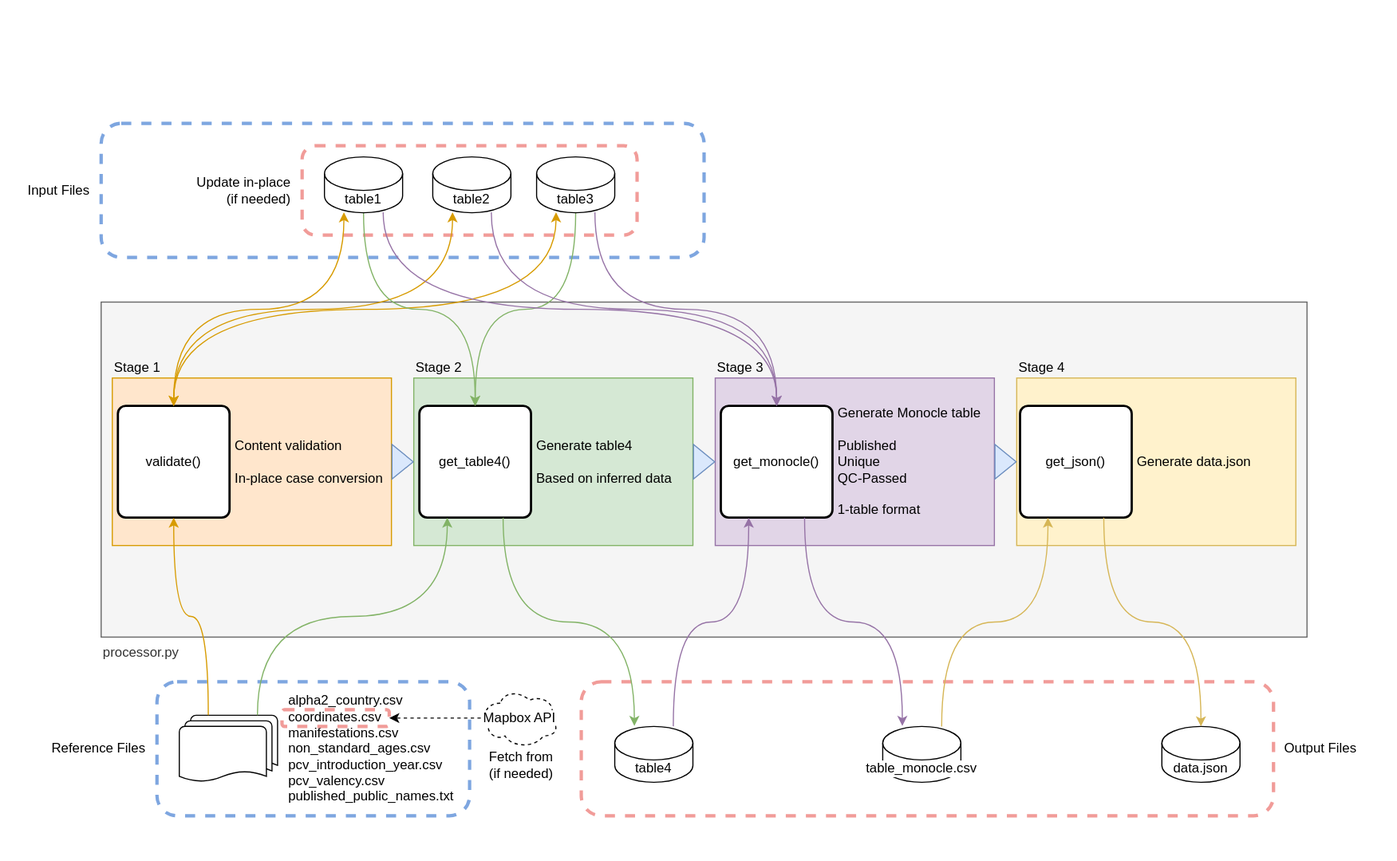
sanger-bentley-group/gps-database-processor keeps this draw.io diagram as doc/workflow.drawio.svg. Above is the earlier version. Source tidied: cells renumbered, new cells last; positions are measured from the earlier drawing's top-left corner, leaving out a move shared by most shapes.
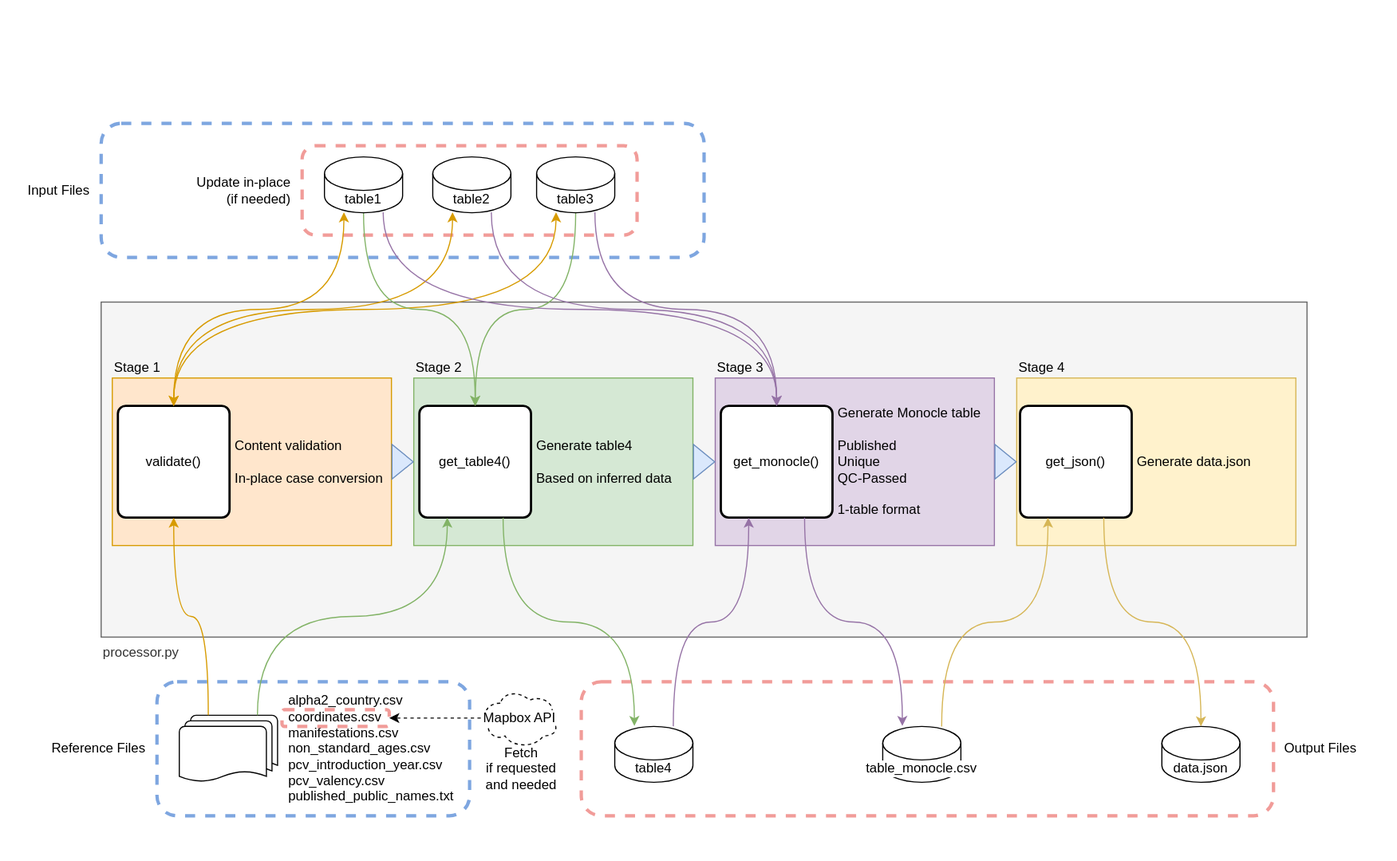
The same diagram one commit later.

Commit message:
Update to reflect usage of Mapbox API

Diff of the diagram source:
```diff
@@ -155,9 +155,9 @@
     <mxCell id="52" style="edgeStyle=none;html=1;targetPerimeterSpacing=16;entryX=1;entryY=0.5;entryDx=0;entryDy=0;dashed=1;" parent="1" edge="1" source="54" target="51">
       <mxGeometry relative="1" as="geometry" />
     </mxCell>
-    <mxCell id="53" value="&lt;span style=&quot;font-size: 12px ; text-align: right&quot;&gt;Fetch from&lt;/span&gt;&lt;br style=&quot;font-size: 12px ; text-align: right&quot;&gt;&lt;span style=&quot;font-size: 12px ; text-align: right&quot;&gt;(if needed)&lt;/span&gt;" style="edgeLabel;html=1;align=center;verticalAlign=bottom;labelPosition=center;verticalLabelPosition=top;labelBackgroundColor=default;" parent="52" vertex="1">
+    <mxCell id="53" value="&lt;span style=&quot;font-size: 12px ; text-align: right&quot;&gt;Fetch&lt;/span&gt;&lt;br style=&quot;font-size: 12px ; text-align: right&quot;&gt;&lt;span style=&quot;font-size: 12px ; text-align: right&quot;&gt;if&lt;/span&gt;&lt;span style=&quot;font-size: 12px; text-align: right;&quot;&gt;&amp;nbsp;requested &lt;br&gt;and&amp;nbsp;&lt;/span&gt;&lt;span style=&quot;font-size: 12px ; text-align: right&quot;&gt;needed&lt;br&gt;&lt;/span&gt;" style="edgeLabel;html=1;align=center;verticalAlign=bottom;labelPosition=center;verticalLabelPosition=top;labelBackgroundColor=default;" parent="52" vertex="1">
       <mxGeometry x="-0.56" y="-1" relative="1" as="geometry">
-        <mxPoint x="53" y="59" as="offset" />
+        <mxPoint x="53" y="69" as="offset" />
       </mxGeometry>
     </mxCell>
     <mxCell id="54" value="Mapbox API" style="ellipse;shape=cloud;whiteSpace=wrap;html=1;labelBackgroundColor=default;dashed=1;" parent="1" vertex="1">
```
